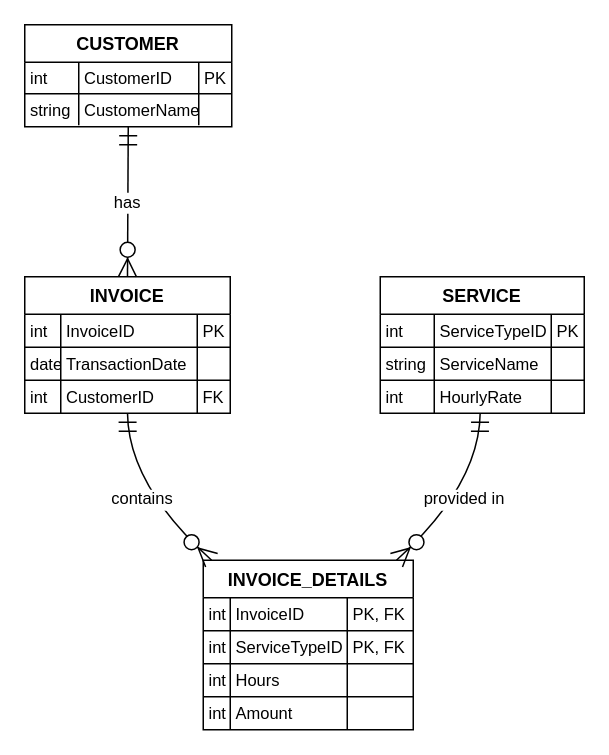
Earlier version of the draw.io diagram labka8BDRP.drawio (Zhoni-IT/BDRP). Source tidied: cells renumbered, new cells numbered last; positions are measured from the earlier drawing's top-left corner, leaving out a move shared by most shapes. Both pictures are drawn from the tidied source at 150%, with x=0, y=0 at pixel (24, 24).
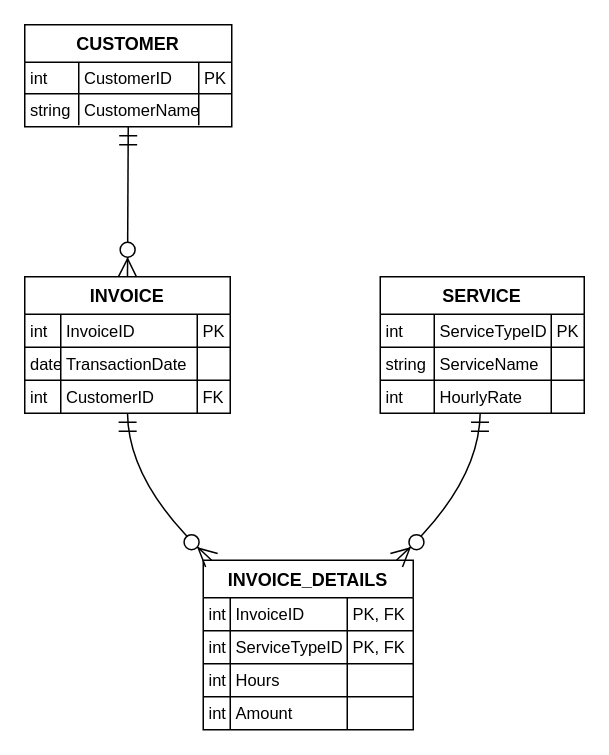
Above is the later version.

Unchanged cells that the change refers to:
```xml
<mxCell id="2" value="CUSTOMER" style="shape=table;startSize=25;childLayout=tableLayout;rowLines=1;fontStyle=1;align=center;" parent="1" vertex="1">
  <mxGeometry width="138" height="68" as="geometry" />
</mxCell>
<mxCell id="11" value="INVOICE" style="shape=table;startSize=25;childLayout=tableLayout;rowLines=1;fontStyle=1;align=center;" parent="1" vertex="1">
  <mxGeometry y="168" width="137" height="91" as="geometry" />
</mxCell>
<mxCell id="24" value="SERVICE" style="shape=table;startSize=25;childLayout=tableLayout;rowLines=1;fontStyle=1;align=center;" parent="1" vertex="1">
  <mxGeometry x="237" y="168" width="136" height="91" as="geometry" />
</mxCell>
<mxCell id="37" value="INVOICE_DETAILS" style="shape=table;startSize=25;childLayout=tableLayout;rowLines=1;fontStyle=1;align=center;" parent="1" vertex="1">
  <mxGeometry x="119" y="357" width="140" height="113" as="geometry" />
</mxCell>
```

What changed in the source:
```diff
@@
-    <mxCell id="54" value="has" style="curved=1;startArrow=ERmandOne;startSize=10;endArrow=ERzeroToMany;endSize=10;exitX=0.5;exitY=0.99;entryX=0.5;entryY=0;rounded=0;" parent="1" edge="1" source="2" target="11">
+    <mxCell id="54" style="curved=1;startArrow=ERmandOne;startSize=10;endArrow=ERzeroToMany;endSize=10;exitX=0.5;exitY=0.99;entryX=0.5;entryY=0;rounded=0;" parent="1" edge="1" source="2" target="11">
       <mxGeometry relative="1" as="geometry" />
     </mxCell>
-    <mxCell id="55" value="contains" style="curved=1;startArrow=ERmandOne;startSize=10;endArrow=ERzeroToMany;endSize=10;exitX=0.5;exitY=0.99;entryX=0.04;entryY=0;rounded=0;" parent="1" edge="1" source="11" target="37">
+    <mxCell id="55" style="curved=1;startArrow=ERmandOne;startSize=10;endArrow=ERzeroToMany;endSize=10;exitX=0.5;exitY=0.99;entryX=0.04;entryY=0;rounded=0;" parent="1" edge="1" source="11" target="37">
       <mxGeometry relative="1" as="geometry">
         <Array as="points">
           <mxPoint x="69" y="307" />
         </Array>
       </mxGeometry>
     </mxCell>
-    <mxCell id="56" value="provided in" style="curved=1;startArrow=ERmandOne;startSize=10;endArrow=ERzeroToMany;endSize=10;exitX=0.49;exitY=0.99;entryX=0.92;entryY=0;rounded=0;" parent="1" edge="1" source="24" target="37">
+    <mxCell id="56" style="curved=1;startArrow=ERmandOne;startSize=10;endArrow=ERzeroToMany;endSize=10;exitX=0.49;exitY=0.99;entryX=0.92;entryY=0;rounded=0;" parent="1" edge="1" source="24" target="37">
       <mxGeometry relative="1" as="geometry">
         <Array as="points">
           <mxPoint x="303" y="307" />
         </Array>
       </mxGeometry>
     </mxCell>
```
